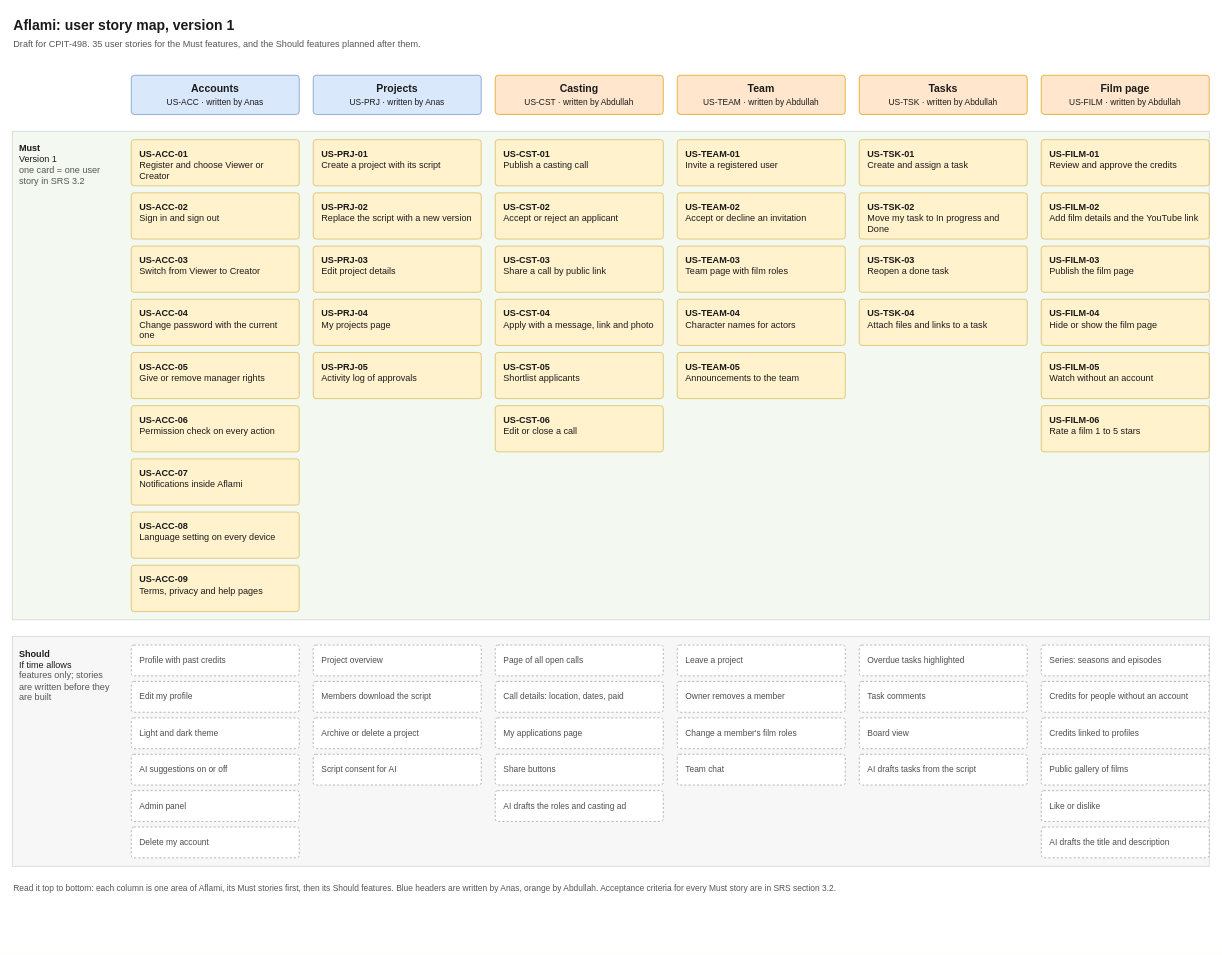
Anas-Azib/Aflami keeps this draw.io diagram as design/diagrams/Aflami_User_Story_Map.drawio. Above is the earlier version. Source tidied: cells renumbered, new cells numbered last; positions are measured from the earlier drawing's top-left corner, leaving out a move shared by most shapes. Both pictures are drawn from the tidied source at 70%, with x=0, y=0 at pixel (12, 12).
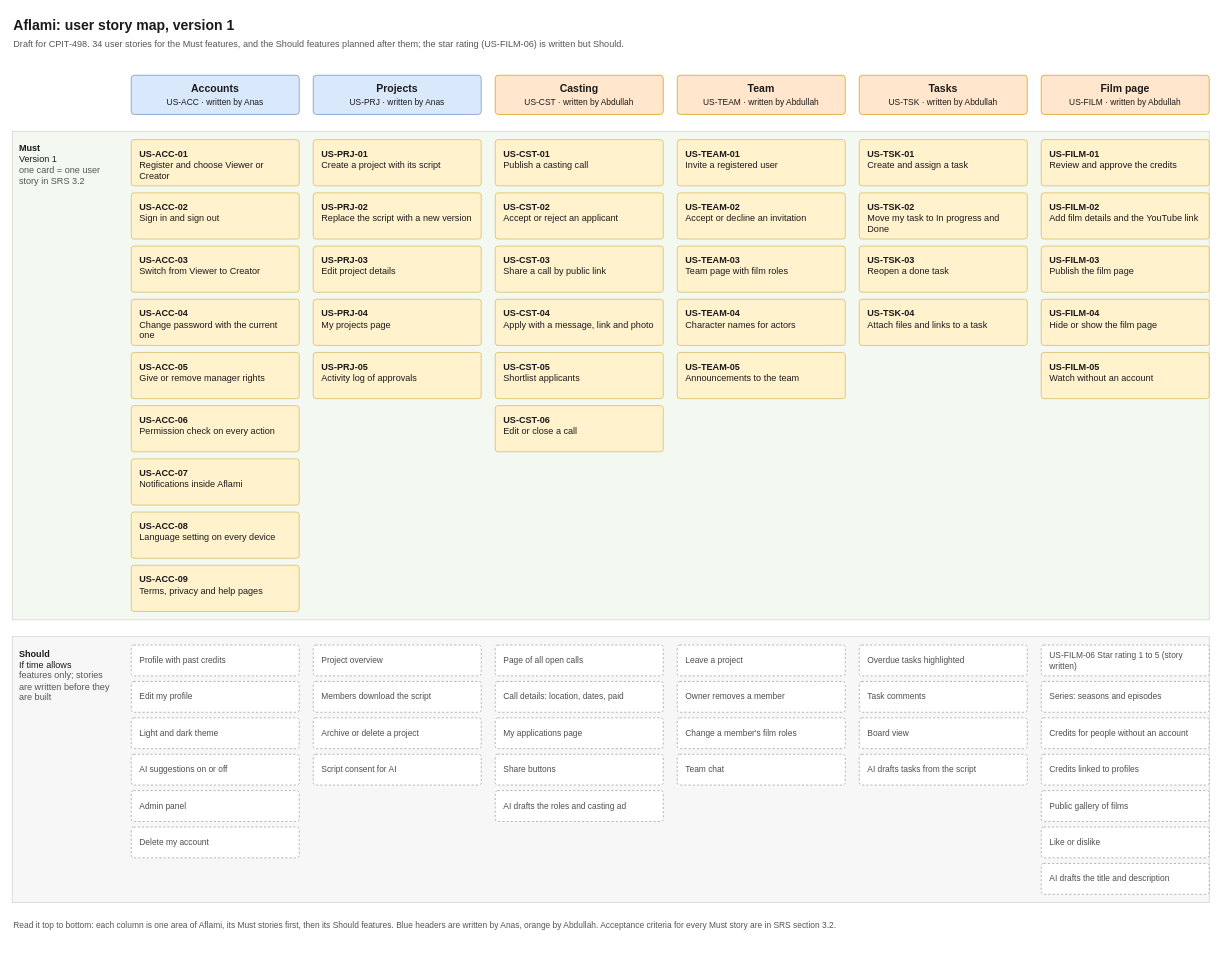
The same diagram, later.

The edit, as a diff of the source:
```diff
@@
-    <mxCell id="2" value="&lt;b&gt;Aflami: user story map, version 1&lt;/b&gt;&lt;br&gt;&lt;font style=&quot;font-size: 13px;&quot; color=&quot;#555555&quot;&gt;Draft for CPIT-498. 35 user stories for the Must features, and the Should features planned after them.&lt;/font&gt;" style="text;html=1;align=left;verticalAlign=top;whiteSpace=wrap;fontColor=#1A1A1A;fontSize=20;" parent="1" vertex="1">
+    <mxCell id="2" value="&lt;b&gt;Aflami: user story map, version 1&lt;/b&gt;&lt;br&gt;&lt;font style=&quot;font-size: 13px;&quot; color=&quot;#555555&quot;&gt;Draft for CPIT-498. 34 user stories for the Must features, and the Should features planned after them; the star rating (US-FILM-06) is written but Should.&lt;/font&gt;" style="text;html=1;align=left;verticalAlign=top;whiteSpace=wrap;fontColor=#1A1A1A;fontSize=20;" parent="1" vertex="1">
       <mxGeometry width="1100" height="60" as="geometry" />
     </mxCell>
@@
     <mxCell id="5" style="rounded=0;whiteSpace=wrap;html=1;fillColor=#F7F7F7;strokeColor=#D0D0D0;" parent="1" vertex="1">
-      <mxGeometry y="892" width="1710" height="328" as="geometry" />
+      <mxGeometry y="892" width="1710" height="380" as="geometry" />
     </mxCell>
@@
-    <mxCell id="70" value="&lt;b&gt;US-FILM-06&lt;/b&gt;&lt;br&gt;Rate a film 1 to 5 stars" style="rounded=1;whiteSpace=wrap;html=1;fillColor=#FFF2CC;strokeColor=#D6B656;align=left;verticalAlign=top;spacingLeft=10;spacingTop=6;spacingRight=8;fontSize=13;arcSize=6;fontColor=#1A1A1A;" parent="1" vertex="1">
-      <mxGeometry x="1470" y="562" width="240" height="66" as="geometry" />
+    <mxCell id="70" value="US-FILM-06 Star rating 1 to 5 (story written)" style="rounded=1;whiteSpace=wrap;html=1;fillColor=#FFFFFF;strokeColor=#999999;dashed=1;align=left;verticalAlign=middle;spacingLeft=10;spacingRight=8;fontSize=12;arcSize=8;fontColor=#4D4D4D;" parent="1" vertex="1">
+      <mxGeometry x="1470" y="904" width="240" height="44" as="geometry" />
     </mxCell>
     <mxCell id="71" value="Series: seasons and episodes" style="rounded=1;whiteSpace=wrap;html=1;fillColor=#FFFFFF;strokeColor=#999999;dashed=1;align=left;verticalAlign=middle;spacingLeft=10;spacingRight=8;fontSize=12;arcSize=8;fontColor=#4D4D4D;" parent="1" vertex="1">
-      <mxGeometry x="1470" y="904" width="240" height="44" as="geometry" />
+      <mxGeometry x="1470" y="956" width="240" height="44" as="geometry" />
     </mxCell>
     <mxCell id="72" value="Credits for people without an account" style="rounded=1;whiteSpace=wrap;html=1;fillColor=#FFFFFF;strokeColor=#999999;dashed=1;align=left;verticalAlign=middle;spacingLeft=10;spacingRight=8;fontSize=12;arcSize=8;fontColor=#4D4D4D;" parent="1" vertex="1">
-      <mxGeometry x="1470" y="956" width="240" height="44" as="geometry" />
+      <mxGeometry x="1470" y="1008" width="240" height="44" as="geometry" />
     </mxCell>
     <mxCell id="73" value="Credits linked to profiles" style="rounded=1;whiteSpace=wrap;html=1;fillColor=#FFFFFF;strokeColor=#999999;dashed=1;align=left;verticalAlign=middle;spacingLeft=10;spacingRight=8;fontSize=12;arcSize=8;fontColor=#4D4D4D;" parent="1" vertex="1">
-      <mxGeometry x="1470" y="1008" width="240" height="44" as="geometry" />
+      <mxGeometry x="1470" y="1060" width="240" height="44" as="geometry" />
     </mxCell>
     <mxCell id="74" value="Public gallery of films" style="rounded=1;whiteSpace=wrap;html=1;fillColor=#FFFFFF;strokeColor=#999999;dashed=1;align=left;verticalAlign=middle;spacingLeft=10;spacingRight=8;fontSize=12;arcSize=8;fontColor=#4D4D4D;" parent="1" vertex="1">
-      <mxGeometry x="1470" y="1060" width="240" height="44" as="geometry" />
+      <mxGeometry x="1470" y="1112" width="240" height="44" as="geometry" />
     </mxCell>
     <mxCell id="75" value="Like or dislike" style="rounded=1;whiteSpace=wrap;html=1;fillColor=#FFFFFF;strokeColor=#999999;dashed=1;align=left;verticalAlign=middle;spacingLeft=10;spacingRight=8;fontSize=12;arcSize=8;fontColor=#4D4D4D;" parent="1" vertex="1">
-      <mxGeometry x="1470" y="1112" width="240" height="44" as="geometry" />
+      <mxGeometry x="1470" y="1164" width="240" height="44" as="geometry" />
     </mxCell>
     <mxCell id="76" value="AI drafts the title and description" style="rounded=1;whiteSpace=wrap;html=1;fillColor=#FFFFFF;strokeColor=#999999;dashed=1;align=left;verticalAlign=middle;spacingLeft=10;spacingRight=8;fontSize=12;arcSize=8;fontColor=#4D4D4D;" parent="1" vertex="1">
-      <mxGeometry x="1470" y="1164" width="240" height="44" as="geometry" />
+      <mxGeometry x="1470" y="1216" width="240" height="44" as="geometry" />
     </mxCell>
     <mxCell id="77" value="Read it top to bottom: each column is one area of Aflami, its Must stories first, then its Should features. Blue headers are written by Anas, orange by Abdullah. Acceptance criteria for every Must story are in SRS section 3.2." style="text;html=1;align=left;verticalAlign=top;whiteSpace=wrap;fontColor=#1A1A1A;fontSize=12;fontColor=#555555;" parent="1" vertex="1">
-      <mxGeometry y="1238" width="1710" height="40" as="geometry" />
+      <mxGeometry y="1290" width="1710" height="40" as="geometry" />
     </mxCell>
```
